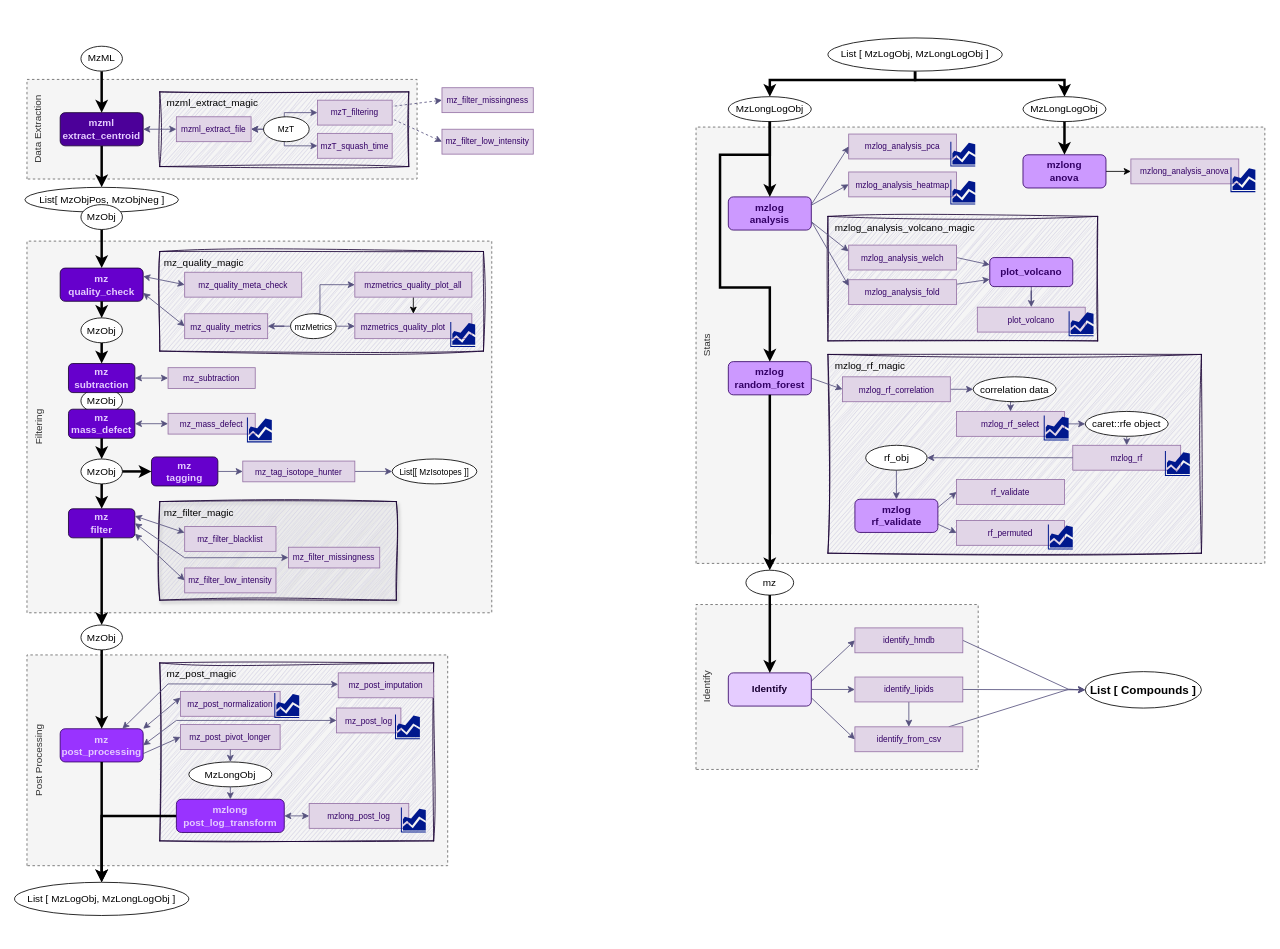
Before: page "medusa_detailed" (2 of 5) of diagrams/source/medusa.drawio in laura-hetzel/MeDUSA, a draw.io diagram. Source tidied: cells renumbered, new cells numbered last; positions are measured from the earlier drawing's top-left corner, leaving out a move shared by most shapes. Both pictures are drawn from the tidied source at 83%, with x=0, y=0 at pixel (14, -66).
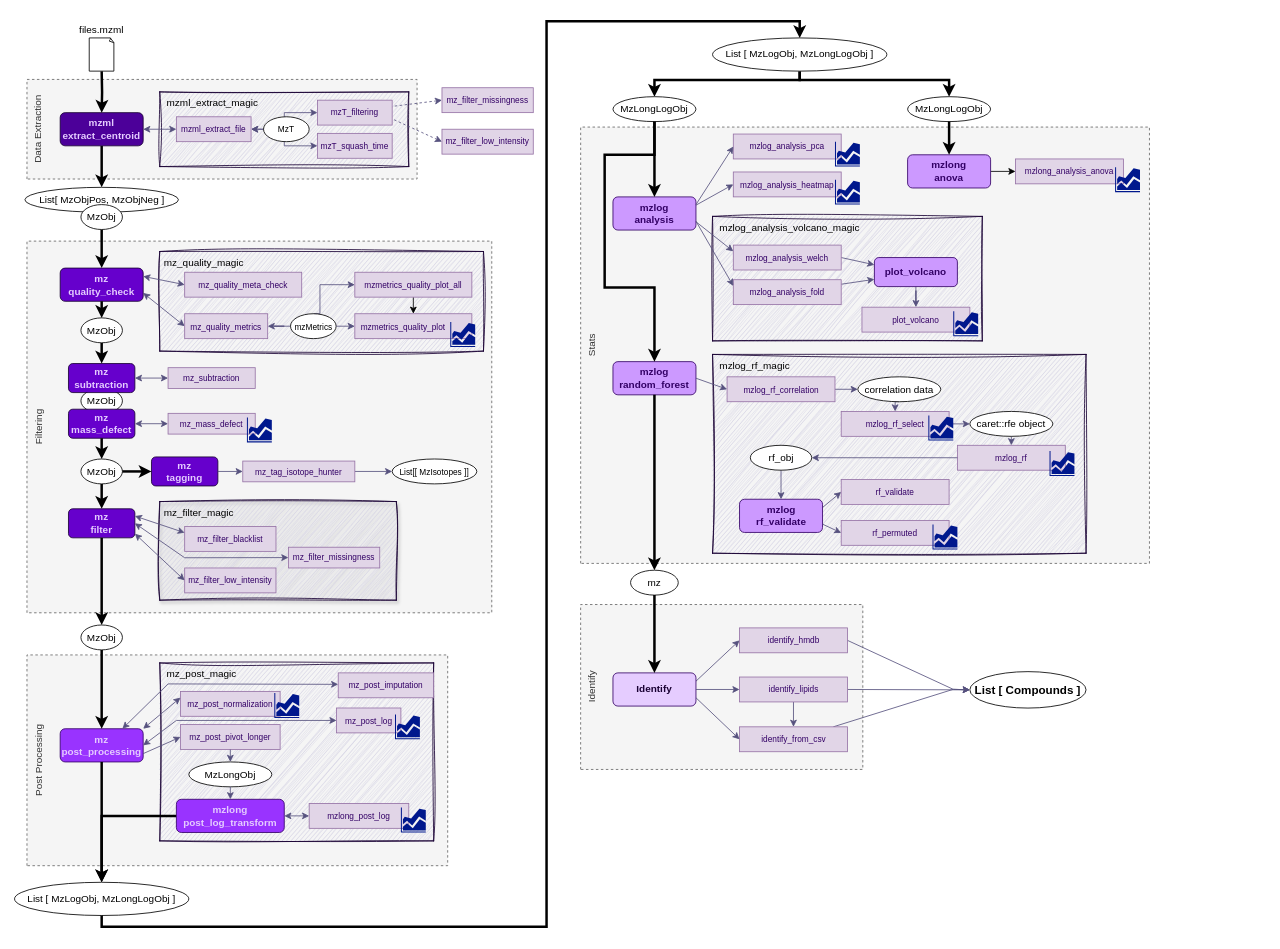
The same diagram, later.

Unchanged cells that the change refers to:
```xml
<mxCell id="14" value="&lt;b&gt;&lt;font color=&quot;#e5ccff&quot;&gt;mzml&lt;/font&gt;&lt;/b&gt;&lt;div&gt;&lt;b&gt;&lt;font color=&quot;#e5ccff&quot;&gt;extract_centroid&lt;/font&gt;&lt;/b&gt;&lt;/div&gt;" style="rounded=1;whiteSpace=wrap;html=1;fillColor=#4C0099;strokeColor=#190033;fontColor=#330066;" parent="1" vertex="1">
  <mxGeometry x="55" y="215.2" width="100" height="40" as="geometry" />
</mxCell>
<mxCell id="89" value="List [ MzLogObj, MzLongLogObj ]" style="ellipse;whiteSpace=wrap;html=1;" parent="1" vertex="1">
  <mxGeometry y="1142.5" width="210" height="40" as="geometry" />
</mxCell>
```

Change to the diagram source:
```diff
@@
     <mxCell id="2" value="Identify" style="rounded=0;whiteSpace=wrap;html=1;fillColor=#f5f5f5;fontColor=#333333;strokeColor=#666666;dashed=1;align=center;verticalAlign=top;rotation=-90;" parent="1" vertex="1">
-      <mxGeometry x="891.7" y="737.2" width="198.7" height="340" as="geometry" />
+      <mxGeometry x="752.7" y="737.2" width="198.7" height="340" as="geometry" />
     </mxCell>
     <mxCell id="3" value="Stats" style="rounded=0;whiteSpace=wrap;html=1;fillColor=#f5f5f5;fontColor=#333333;strokeColor=#666666;dashed=1;align=center;verticalAlign=top;rotation=-90;" parent="1" vertex="1">
-      <mxGeometry x="900.9" y="152.8" width="525.7" height="685.3" as="geometry" />
+      <mxGeometry x="761.9" y="152.8" width="525.7" height="685.3" as="geometry" />
     </mxCell>
     <mxCell id="4" value="&amp;nbsp; mzlog_analysis_volcano_magic" style="rounded=0;whiteSpace=wrap;html=1;fillColor=#d0cee2;strokeColor=#190033;verticalAlign=top;align=left;arcSize=9;sketch=1;curveFitting=1;jiggle=2;" parent="1" vertex="1">
-      <mxGeometry x="980" y="340.2" width="325" height="150" as="geometry" />
+      <mxGeometry x="841" y="340.2" width="325" height="150" as="geometry" />
     </mxCell>
@@
-    <mxCell id="16" style="edgeStyle=orthogonalEdgeStyle;rounded=0;jettySize=auto;html=1;exitX=0.5;exitY=1;exitDx=0;exitDy=0;entryX=0.5;entryY=0;entryDx=0;entryDy=0;shadow=0;strokeWidth=3;" parent="1" edge="1" source="17" target="14">
-      <mxGeometry relative="1" as="geometry" />
+    <mxCell id="16" style="edgeStyle=orthogonalEdgeStyle;rounded=0;jettySize=auto;html=1;exitX=0.5;exitY=1;exitDx=0;exitDy=0;entryX=0.5;entryY=0;entryDx=0;entryDy=0;shadow=0;strokeWidth=3;" parent="1" edge="1" target="14">
+      <mxGeometry relative="1" as="geometry">
+        <mxPoint x="105" y="165.2" as="sourcePoint" />
+      </mxGeometry>
     </mxCell>
-    <mxCell id="17" value="MzML" style="ellipse;whiteSpace=wrap;html=1;" parent="1" vertex="1">
-      <mxGeometry x="80" y="135.2" width="50" height="30" as="geometry" />
-    </mxCell>
@@
     <mxCell id="93" style="edgeStyle=orthogonalEdgeStyle;rounded=0;jettySize=auto;html=1;exitX=0.5;exitY=1;exitDx=0;exitDy=0;strokeWidth=3;entryX=0.5;entryY=0;entryDx=0;entryDy=0;" parent="1" edge="1" source="101" target="96">
       <mxGeometry relative="1" as="geometry">
         <Array as="points">
-          <mxPoint x="1085" y="176" />
-          <mxPoint x="1265" y="176" />
+          <mxPoint x="946" y="176" />
+          <mxPoint x="1126" y="176" />
         </Array>
       </mxGeometry>
     </mxCell>
     <mxCell id="94" style="edgeStyle=orthogonalEdgeStyle;rounded=0;jettySize=auto;html=1;exitX=0.5;exitY=1;exitDx=0;exitDy=0;strokeWidth=3;" parent="1" edge="1" source="101" target="95">
       <mxGeometry relative="1" as="geometry">
         <Array as="points">
-          <mxPoint x="910" y="176" />
+          <mxPoint x="771" y="176" />
         </Array>
       </mxGeometry>
     </mxCell>
     <mxCell id="95" value="MzLongLogObj" style="ellipse;whiteSpace=wrap;html=1;" parent="1" vertex="1">
-      <mxGeometry x="860" y="196" width="100" height="30" as="geometry" />
+      <mxGeometry x="721" y="196" width="100" height="30" as="geometry" />
     </mxCell>
     <mxCell id="96" value="MzLongLogObj" style="ellipse;whiteSpace=wrap;html=1;" parent="1" vertex="1">
-      <mxGeometry x="1215" y="196" width="100" height="30" as="geometry" />
+      <mxGeometry x="1076" y="196" width="100" height="30" as="geometry" />
     </mxCell>
@@
     <mxCell id="98" value="mzlong&lt;div&gt;anova&lt;/div&gt;" style="rounded=1;whiteSpace=wrap;html=1;fontStyle=1;fillColor=#CC99FF;strokeColor=#330066;fontColor=#330066;" parent="1" vertex="1">
-      <mxGeometry x="1215" y="266" width="100" height="40" as="geometry" />
+      <mxGeometry x="1076" y="266" width="100" height="40" as="geometry" />
     </mxCell>
@@
     <mxCell id="100" value="&lt;font color=&quot;#190033&quot;&gt;Identify&lt;/font&gt;" style="rounded=1;whiteSpace=wrap;html=1;fontStyle=1;fillColor=#E5CCFF;strokeColor=#330066;fontColor=#E5CCFF;" parent="1" vertex="1">
-      <mxGeometry x="860" y="890.2" width="100" height="40" as="geometry" />
+      <mxGeometry x="721" y="890.2" width="100" height="40" as="geometry" />
     </mxCell>
     <mxCell id="101" value="List [ MzLogObj, MzLongLogObj ]" style="ellipse;whiteSpace=wrap;html=1;" parent="1" vertex="1">
-      <mxGeometry x="980" y="125.2" width="210" height="40" as="geometry" />
+      <mxGeometry x="841" y="125.2" width="210" height="40" as="geometry" />
     </mxCell>
     <mxCell id="102" style="edgeStyle=orthogonalEdgeStyle;rounded=0;jettySize=auto;html=1;exitX=0.5;exitY=1;exitDx=0;exitDy=0;strokeWidth=3;entryX=0.5;entryY=0;entryDx=0;entryDy=0;" parent="1" edge="1" source="96" target="98">
       <mxGeometry relative="1" as="geometry">
         <Array as="points">
-          <mxPoint x="1265" y="256.8" />
-          <mxPoint x="1265" y="256.8" />
+          <mxPoint x="1126" y="256.8" />
+          <mxPoint x="1126" y="256.8" />
         </Array>
       </mxGeometry>
     </mxCell>
     <mxCell id="103" value="&lt;font color=&quot;#330066&quot;&gt;mzlong_analysis_anova&lt;/font&gt;" style="rounded=0;whiteSpace=wrap;html=1;strokeColor=#9673a6;fillColor=#e1d5e7;fontSize=10;" parent="1" vertex="1">
-      <mxGeometry x="1345" y="271" width="130" height="30" as="geometry" />
+      <mxGeometry x="1206" y="271" width="130" height="30" as="geometry" />
     </mxCell>
     <mxCell id="104" style="sketch=0;shadow=0;dashed=0;html=1;strokeColor=none;labelPosition=center;verticalLabelPosition=bottom;verticalAlign=top;align=center;fillColor=#00188D;shape=mxgraph.mscae.general.graph;" parent="1" vertex="1">
-      <mxGeometry x="1465" y="281" width="30" height="30" as="geometry" />
+      <mxGeometry x="1326" y="281" width="30" height="30" as="geometry" />
     </mxCell>
     <mxCell id="105" value="mzlog&lt;div&gt;analysis&lt;/div&gt;" style="rounded=1;whiteSpace=wrap;html=1;fontStyle=1;fillColor=#CC99FF;strokeColor=#330066;fontColor=#330066;" parent="1" vertex="1">
-      <mxGeometry x="860" y="316.7" width="100" height="40" as="geometry" />
+      <mxGeometry x="721" y="316.7" width="100" height="40" as="geometry" />
     </mxCell>
@@
     <mxCell id="107" value="&lt;font color=&quot;#330066&quot;&gt;mzlog_analysis_pca&lt;/font&gt;" style="rounded=0;whiteSpace=wrap;html=1;strokeColor=#9673a6;fillColor=#e1d5e7;fontSize=10;" parent="1" vertex="1">
-      <mxGeometry x="1005" y="241" width="130" height="30" as="geometry" />
+      <mxGeometry x="866" y="241" width="130" height="30" as="geometry" />
     </mxCell>
     <mxCell id="108" value="&lt;font color=&quot;#330066&quot;&gt;plot_volcano&lt;/font&gt;" style="rounded=0;whiteSpace=wrap;html=1;strokeColor=#9673a6;fillColor=#e1d5e7;fontSize=10;" parent="1" vertex="1">
-      <mxGeometry x="1160" y="449.6" width="130" height="30" as="geometry" />
+      <mxGeometry x="1021" y="449.6" width="130" height="30" as="geometry" />
     </mxCell>
     <mxCell id="109" value="&lt;font color=&quot;#330066&quot;&gt;mzlog_analysis_heatmap&lt;/font&gt;" style="rounded=0;whiteSpace=wrap;html=1;strokeColor=#9673a6;fillColor=#e1d5e7;fontSize=10;" parent="1" vertex="1">
-      <mxGeometry x="1005" y="286.7" width="130" height="30" as="geometry" />
+      <mxGeometry x="866" y="286.7" width="130" height="30" as="geometry" />
     </mxCell>
@@
     <mxCell id="111" value="&lt;font color=&quot;#330066&quot;&gt;mzlog_analysis_fold&lt;/font&gt;" style="rounded=0;whiteSpace=wrap;html=1;strokeColor=#9673a6;fillColor=#e1d5e7;fontSize=10;" parent="1" vertex="1">
-      <mxGeometry x="1005" y="416.5" width="130" height="30" as="geometry" />
+      <mxGeometry x="866" y="416.5" width="130" height="30" as="geometry" />
     </mxCell>
@@
     <mxCell id="113" value="&lt;font color=&quot;#330066&quot;&gt;mzlog_analysis_welch&lt;/font&gt;" style="rounded=0;whiteSpace=wrap;html=1;strokeColor=#9673a6;fillColor=#e1d5e7;fontSize=10;" parent="1" vertex="1">
-      <mxGeometry x="1005" y="374.8" width="130" height="30" as="geometry" />
+      <mxGeometry x="866" y="374.8" width="130" height="30" as="geometry" />
     </mxCell>
@@
     <mxCell id="115" value="plot_volcano" style="rounded=1;whiteSpace=wrap;html=1;fontStyle=1;fillColor=#CC99FF;strokeColor=#330066;fontColor=#330066;" parent="1" vertex="1">
-      <mxGeometry x="1175" y="389.8" width="100" height="35" as="geometry" />
+      <mxGeometry x="1036" y="389.8" width="100" height="35" as="geometry" />
     </mxCell>
     <mxCell id="116" style="rounded=0;jettySize=auto;html=1;fillColor=#d0cee2;strokeColor=#56517e;entryX=0;entryY=0.5;entryDx=0;entryDy=0;" parent="1" edge="1" target="107">
       <mxGeometry relative="1" as="geometry">
-        <mxPoint x="960" y="326" as="sourcePoint" />
+        <mxPoint x="821" y="326" as="sourcePoint" />
       </mxGeometry>
     </mxCell>
@@
     <mxCell id="119" style="rounded=0;jettySize=auto;html=1;fillColor=#d0cee2;strokeColor=#56517e;entryX=0;entryY=0.25;entryDx=0;entryDy=0;" parent="1" edge="1" target="111">
       <mxGeometry relative="1" as="geometry">
-        <mxPoint x="960" y="346" as="sourcePoint" />
+        <mxPoint x="821" y="346" as="sourcePoint" />
       </mxGeometry>
     </mxCell>
     <mxCell id="120" style="sketch=0;shadow=0;dashed=0;html=1;strokeColor=none;labelPosition=center;verticalLabelPosition=bottom;verticalAlign=top;align=center;fillColor=#00188D;shape=mxgraph.mscae.general.graph;" parent="1" vertex="1">
-      <mxGeometry x="1270" y="454.5" width="30" height="30" as="geometry" />
+      <mxGeometry x="1131" y="454.5" width="30" height="30" as="geometry" />
     </mxCell>
     <mxCell id="121" style="sketch=0;shadow=0;dashed=0;html=1;strokeColor=none;labelPosition=center;verticalLabelPosition=bottom;verticalAlign=top;align=center;fillColor=#00188D;shape=mxgraph.mscae.general.graph;" parent="1" vertex="1">
-      <mxGeometry x="1127.5" y="250.2" width="30" height="30" as="geometry" />
+      <mxGeometry x="988.5" y="250.2" width="30" height="30" as="geometry" />
     </mxCell>
     <mxCell id="122" style="sketch=0;shadow=0;dashed=0;html=1;strokeColor=none;labelPosition=center;verticalLabelPosition=bottom;verticalAlign=top;align=center;fillColor=#00188D;shape=mxgraph.mscae.general.graph;" parent="1" vertex="1">
-      <mxGeometry x="1127.5" y="296" width="30" height="30" as="geometry" />
+      <mxGeometry x="988.5" y="296" width="30" height="30" as="geometry" />
     </mxCell>
     <mxCell id="123" value="mzlog&lt;div&gt;random_forest&lt;/div&gt;" style="rounded=1;whiteSpace=wrap;html=1;fontStyle=1;fillColor=#CC99FF;strokeColor=#330066;fontColor=#330066;" parent="1" vertex="1">
-      <mxGeometry x="860" y="515.2" width="100" height="40" as="geometry" />
+      <mxGeometry x="721" y="515.2" width="100" height="40" as="geometry" />
     </mxCell>
     <mxCell id="124" style="edgeStyle=orthogonalEdgeStyle;rounded=0;jettySize=auto;html=1;exitX=0.5;exitY=1;exitDx=0;exitDy=0;strokeWidth=3;entryX=0.5;entryY=0;entryDx=0;entryDy=0;" parent="1" edge="1" source="95" target="123">
       <mxGeometry relative="1" as="geometry">
         <Array as="points">
-          <mxPoint x="910" y="266" />
-          <mxPoint x="850" y="266" />
-          <mxPoint x="850" y="426" />
-          <mxPoint x="910" y="426" />
+          <mxPoint x="771" y="266" />
+          <mxPoint x="711" y="266" />
+          <mxPoint x="711" y="426" />
+          <mxPoint x="771" y="426" />
         </Array>
       </mxGeometry>
     </mxCell>
     <mxCell id="125" value="&amp;nbsp; mzlog_rf_magic" style="rounded=0;whiteSpace=wrap;html=1;fillColor=#d0cee2;strokeColor=#190033;verticalAlign=top;align=left;arcSize=9;sketch=1;curveFitting=1;jiggle=2;" parent="1" vertex="1">
-      <mxGeometry x="980" y="506.5" width="450" height="239.5" as="geometry" />
+      <mxGeometry x="841" y="506.5" width="450" height="239.5" as="geometry" />
     </mxCell>
@@
     <mxCell id="127" value="&lt;font color=&quot;#330066&quot;&gt;mzlog_rf_select&lt;/font&gt;" style="rounded=0;whiteSpace=wrap;html=1;strokeColor=#9673a6;fillColor=#e1d5e7;fontSize=10;" parent="1" vertex="1">
-      <mxGeometry x="1135" y="575.2" width="130" height="30" as="geometry" />
+      <mxGeometry x="996" y="575.2" width="130" height="30" as="geometry" />
     </mxCell>
@@
     <mxCell id="129" value="&lt;font color=&quot;#330066&quot;&gt;mzlog_rf_correlation&lt;/font&gt;" style="rounded=0;whiteSpace=wrap;html=1;strokeColor=#9673a6;fillColor=#e1d5e7;fontSize=10;" parent="1" vertex="1">
-      <mxGeometry x="997.5" y="533.5" width="130" height="30" as="geometry" />
+      <mxGeometry x="858.5" y="533.5" width="130" height="30" as="geometry" />
     </mxCell>
@@
     <mxCell id="131" value="caret::rfe object" style="ellipse;whiteSpace=wrap;html=1;" parent="1" vertex="1">
-      <mxGeometry x="1290" y="575.2" width="100" height="30" as="geometry" />
+      <mxGeometry x="1151" y="575.2" width="100" height="30" as="geometry" />
     </mxCell>
@@
     <mxCell id="133" value="&lt;font color=&quot;#330066&quot;&gt;mzlog_rf&lt;/font&gt;" style="rounded=0;whiteSpace=wrap;html=1;strokeColor=#9673a6;fillColor=#e1d5e7;fontSize=10;" parent="1" vertex="1">
-      <mxGeometry x="1275" y="616" width="130" height="30" as="geometry" />
+      <mxGeometry x="1136" y="616" width="130" height="30" as="geometry" />
     </mxCell>
@@
     <mxCell id="135" value="correlation data" style="ellipse;whiteSpace=wrap;html=1;" parent="1" vertex="1">
-      <mxGeometry x="1155" y="533.5" width="100" height="30" as="geometry" />
+      <mxGeometry x="1016" y="533.5" width="100" height="30" as="geometry" />
     </mxCell>
@@
     <mxCell id="137" value="mz" style="ellipse;whiteSpace=wrap;html=1;" parent="1" vertex="1">
-      <mxGeometry x="881.2" y="766.5" width="57.5" height="30" as="geometry" />
+      <mxGeometry x="742.2" y="766.5" width="57.5" height="30" as="geometry" />
     </mxCell>
@@
     <mxCell id="140" value="mzlog&lt;div&gt;rf_validate&lt;/div&gt;" style="rounded=1;whiteSpace=wrap;html=1;fontStyle=1;fillColor=#CC99FF;strokeColor=#330066;fontColor=#330066;" parent="1" vertex="1">
-      <mxGeometry x="1012.5" y="681" width="100" height="40" as="geometry" />
+      <mxGeometry x="873.5" y="681" width="100" height="40" as="geometry" />
     </mxCell>
@@
     <mxCell id="143" value="rf_obj" style="ellipse;whiteSpace=wrap;html=1;" parent="1" vertex="1">
-      <mxGeometry x="1025.5" y="616" width="74" height="30" as="geometry" />
+      <mxGeometry x="886.5" y="616" width="74" height="30" as="geometry" />
     </mxCell>
     <mxCell id="144" value="&lt;font color=&quot;#330066&quot;&gt;rf_validate&lt;/font&gt;" style="rounded=0;whiteSpace=wrap;html=1;strokeColor=#9673a6;fillColor=#e1d5e7;fontSize=10;" parent="1" vertex="1">
-      <mxGeometry x="1135" y="657.2" width="130" height="30" as="geometry" />
+      <mxGeometry x="996" y="657.2" width="130" height="30" as="geometry" />
     </mxCell>
     <mxCell id="145" value="&lt;font color=&quot;#330066&quot;&gt;rf_permuted&lt;/font&gt;" style="rounded=0;whiteSpace=wrap;html=1;strokeColor=#9673a6;fillColor=#e1d5e7;fontSize=10;" parent="1" vertex="1">
-      <mxGeometry x="1135" y="706.5" width="130" height="30" as="geometry" />
+      <mxGeometry x="996" y="706.5" width="130" height="30" as="geometry" />
     </mxCell>
@@
     <mxCell id="147" style="sketch=0;shadow=0;dashed=0;html=1;strokeColor=none;labelPosition=center;verticalLabelPosition=bottom;verticalAlign=top;align=center;fillColor=#00188D;shape=mxgraph.mscae.general.graph;" parent="1" vertex="1">
-      <mxGeometry x="1240" y="580.2" width="30" height="30" as="geometry" />
+      <mxGeometry x="1101" y="580.2" width="30" height="30" as="geometry" />
     </mxCell>
     <mxCell id="148" style="sketch=0;shadow=0;dashed=0;html=1;strokeColor=none;labelPosition=center;verticalLabelPosition=bottom;verticalAlign=top;align=center;fillColor=#00188D;shape=mxgraph.mscae.general.graph;" parent="1" vertex="1">
-      <mxGeometry x="1386" y="623" width="30" height="30" as="geometry" />
+      <mxGeometry x="1247" y="623" width="30" height="30" as="geometry" />
     </mxCell>
     <mxCell id="149" style="sketch=0;shadow=0;dashed=0;html=1;strokeColor=none;labelPosition=center;verticalLabelPosition=bottom;verticalAlign=top;align=center;fillColor=#00188D;shape=mxgraph.mscae.general.graph;" parent="1" vertex="1">
-      <mxGeometry x="1245" y="711.5" width="30" height="30" as="geometry" />
+      <mxGeometry x="1106" y="711.5" width="30" height="30" as="geometry" />
     </mxCell>
     <mxCell id="150" style="rounded=0;jettySize=auto;html=1;entryX=0;entryY=0.5;entryDx=0;entryDy=0;fillColor=#d0cee2;strokeColor=#56517e;" parent="1" edge="1" source="151" target="159">
       <mxGeometry relative="1" as="geometry">
         <Array as="points">
-          <mxPoint x="1270" y="910" />
+          <mxPoint x="1131" y="910" />
         </Array>
       </mxGeometry>
     </mxCell>
     <mxCell id="151" value="&lt;font color=&quot;#330066&quot;&gt;identify_from_csv&lt;/font&gt;" style="rounded=0;whiteSpace=wrap;html=1;strokeColor=#9673a6;fillColor=#e1d5e7;fontSize=10;" parent="1" vertex="1">
-      <mxGeometry x="1012.5" y="955.2" width="130" height="30" as="geometry" />
+      <mxGeometry x="873.5" y="955.2" width="130" height="30" as="geometry" />
     </mxCell>
@@
     <mxCell id="154" value="&lt;font color=&quot;#330066&quot;&gt;identify_lipids&lt;/font&gt;" style="rounded=0;whiteSpace=wrap;html=1;strokeColor=#9673a6;fillColor=#e1d5e7;fontSize=10;" parent="1" vertex="1">
-      <mxGeometry x="1012.5" y="895.2" width="130" height="30" as="geometry" />
+      <mxGeometry x="873.5" y="895.2" width="130" height="30" as="geometry" />
     </mxCell>
     <mxCell id="155" style="rounded=0;jettySize=auto;html=1;exitX=1;exitY=0.5;exitDx=0;exitDy=0;entryX=0;entryY=0.5;entryDx=0;entryDy=0;fillColor=#d0cee2;strokeColor=#56517e;" parent="1" edge="1" source="156" target="159">
       <mxGeometry relative="1" as="geometry">
         <Array as="points">
-          <mxPoint x="1270" y="910" />
+          <mxPoint x="1131" y="910" />
         </Array>
       </mxGeometry>
     </mxCell>
     <mxCell id="156" value="&lt;font color=&quot;#330066&quot;&gt;identify_hmdb&lt;/font&gt;" style="rounded=0;whiteSpace=wrap;html=1;strokeColor=#9673a6;fillColor=#e1d5e7;fontSize=10;" parent="1" vertex="1">
-      <mxGeometry x="1012.5" y="836" width="130" height="30" as="geometry" />
+      <mxGeometry x="873.5" y="836" width="130" height="30" as="geometry" />
     </mxCell>
@@
     <mxCell id="159" value="&lt;div&gt;&lt;/div&gt;&lt;div style=&quot;font-size: 14px;&quot;&gt;&lt;b&gt;List [ Compounds&lt;span style=&quot;background-color: initial;&quot;&gt;&amp;nbsp;]&lt;/span&gt;&lt;/b&gt;&lt;/div&gt;" style="ellipse;whiteSpace=wrap;html=1;" parent="1" vertex="1">
-      <mxGeometry x="1290" y="888.7" width="140" height="43.9" as="geometry" />
+      <mxGeometry x="1151" y="888.7" width="140" height="43.9" as="geometry" />
     </mxCell>
@@
+    <mxCell id="161" value="files.mzml" style="whiteSpace=wrap;html=1;shape=mxgraph.basic.document;labelPosition=center;verticalLabelPosition=top;align=center;verticalAlign=bottom;" parent="1" vertex="1">
+      <mxGeometry x="90" y="125.2" width="30" height="40" as="geometry" />
+    </mxCell>
+    <mxCell id="162" style="edgeStyle=orthogonalEdgeStyle;rounded=0;jettySize=auto;html=1;exitX=0.5;exitY=1;exitDx=0;exitDy=0;strokeWidth=3;entryX=0.5;entryY=0;entryDx=0;entryDy=0;" parent="1" edge="1" source="89" target="101">
+      <mxGeometry relative="1" as="geometry">
+        <Array as="points">
+          <mxPoint x="105" y="1196" />
+          <mxPoint x="641" y="1196" />
+          <mxPoint x="641" y="105" />
+          <mxPoint x="946" y="105" />
+        </Array>
+      </mxGeometry>
+    </mxCell>
```
